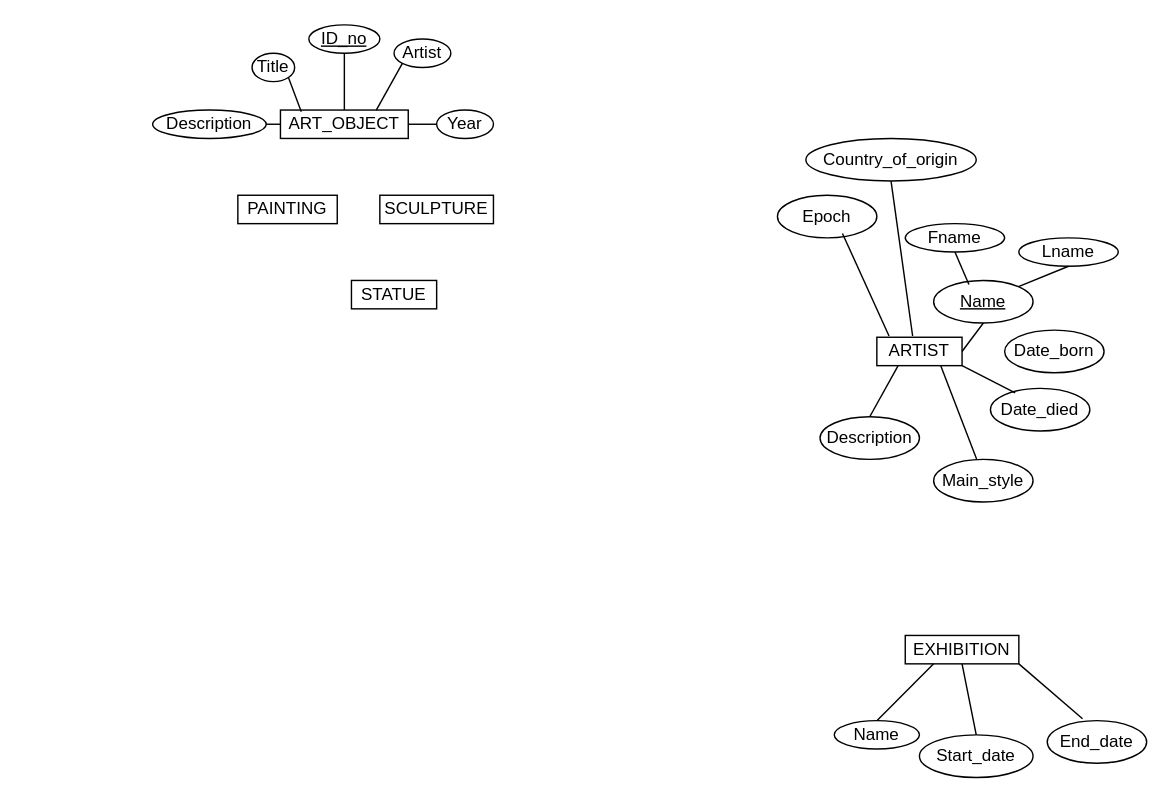
Maan-Khedr-ENSF-300/museum-project-chantae-katherine keeps this draw.io diagram as .github/Untitled Diagram.drawio. Above is the earlier version. Source tidied: cells renumbered, new cells numbered last; positions are measured from the earlier drawing's top-left corner, leaving out a move shared by most shapes. Both pictures are drawn from the tidied source at 142%, with x=0, y=0 at pixel (152, 24).
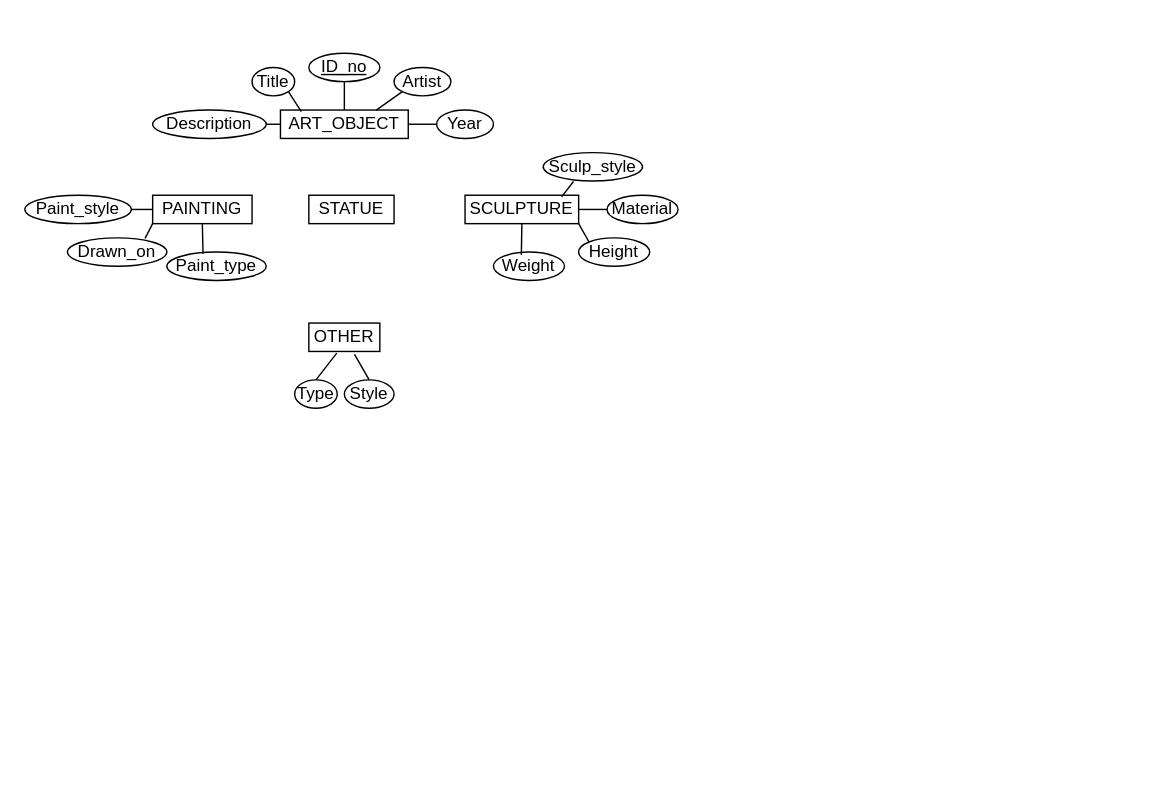
The same diagram, later.

Commit message:
Created entities for sub types of art objects

What changed in the source:
```diff
@@
     <mxCell id="3" value="ID_no" style="ellipse;whiteSpace=wrap;html=1;align=center;fontStyle=4;" parent="1" vertex="1">
-      <mxGeometry x="110" width="50" height="20" as="geometry" />
+      <mxGeometry x="110" y="20" width="50" height="20" as="geometry" />
     </mxCell>
     <mxCell id="4" value="Artist" style="ellipse;whiteSpace=wrap;html=1;" parent="1" vertex="1">
-      <mxGeometry x="170" y="10" width="40" height="20" as="geometry" />
+      <mxGeometry x="170" y="30" width="40" height="20" as="geometry" />
     </mxCell>
@@
     <mxCell id="6" value="Title" style="ellipse;whiteSpace=wrap;html=1;" parent="1" vertex="1">
-      <mxGeometry x="70" y="20" width="30" height="20" as="geometry" />
+      <mxGeometry x="70" y="30" width="30" height="20" as="geometry" />
     </mxCell>
@@
     <mxCell id="13" value="PAINTING" style="rounded=0;whiteSpace=wrap;html=1;" parent="1" vertex="1">
-      <mxGeometry x="60" y="120" width="70" height="20" as="geometry" />
+      <mxGeometry y="120" width="70" height="20" as="geometry" />
     </mxCell>
     <mxCell id="14" value="SCULPTURE" style="rounded=0;whiteSpace=wrap;html=1;" parent="1" vertex="1">
-      <mxGeometry x="160" y="120" width="80" height="20" as="geometry" />
+      <mxGeometry x="220" y="120" width="80" height="20" as="geometry" />
     </mxCell>
     <mxCell id="15" value="STATUE" style="rounded=0;whiteSpace=wrap;html=1;" parent="1" vertex="1">
-      <mxGeometry x="140" y="180" width="60" height="20" as="geometry" />
+      <mxGeometry x="110" y="120" width="60" height="20" as="geometry" />
     </mxCell>
-    <mxCell id="16" value="ARTIST" style="rounded=0;whiteSpace=wrap;html=1;" parent="1" vertex="1">
-      <mxGeometry x="510" y="220" width="60" height="20" as="geometry" />
-    </mxCell>
-    <mxCell id="17" value="&lt;u&gt;Name&lt;/u&gt;" style="ellipse;whiteSpace=wrap;html=1;" parent="1" vertex="1">
-      <mxGeometry x="550" y="180" width="70" height="30" as="geometry" />
-    </mxCell>
-    <mxCell id="18" value="Fname" style="ellipse;whiteSpace=wrap;html=1;align=center;" parent="1" vertex="1">
-      <mxGeometry x="530" y="140" width="70" height="20" as="geometry" />
-    </mxCell>
-    <mxCell id="19" value="Lname" style="ellipse;whiteSpace=wrap;html=1;align=center;" parent="1" vertex="1">
-      <mxGeometry x="610" y="150" width="70" height="20" as="geometry" />
-    </mxCell>
-    <mxCell id="20" style="endArrow=none;html=1;rounded=0;entryX=0.5;entryY=1;entryDx=0;entryDy=0;exitX=0.355;exitY=0.095;exitDx=0;exitDy=0;exitPerimeter=0;" parent="1" edge="1" source="17" target="18">
-      <mxGeometry relative="1" as="geometry" />
-    </mxCell>
-    <mxCell id="21" style="endArrow=none;html=1;rounded=0;exitX=1;exitY=0;exitDx=0;exitDy=0;entryX=0.5;entryY=1;entryDx=0;entryDy=0;" parent="1" edge="1" source="17" target="19">
-      <mxGeometry relative="1" as="geometry" />
-    </mxCell>
-    <mxCell id="22" style="endArrow=none;html=1;rounded=0;exitX=1;exitY=0.5;exitDx=0;exitDy=0;entryX=0.5;entryY=1;entryDx=0;entryDy=0;" parent="1" edge="1" source="16" target="17">
-      <mxGeometry relative="1" as="geometry" />
-    </mxCell>
-    <mxCell id="23" value="Date_died" style="ellipse;whiteSpace=wrap;html=1;" parent="1" vertex="1">
-      <mxGeometry x="590" y="256" width="70" height="30" as="geometry" />
-    </mxCell>
-    <mxCell id="24" value="Date_born" style="ellipse;whiteSpace=wrap;html=1;" parent="1" vertex="1">
-      <mxGeometry x="600" y="215" width="70" height="30" as="geometry" />
-    </mxCell>
-    <mxCell id="25" value="Description" style="ellipse;whiteSpace=wrap;html=1;" parent="1" vertex="1">
-      <mxGeometry x="470" y="276" width="70" height="30" as="geometry" />
-    </mxCell>
-    <mxCell id="26" value="Main_style" style="ellipse;whiteSpace=wrap;html=1;" parent="1" vertex="1">
-      <mxGeometry x="550" y="306" width="70" height="30" as="geometry" />
-    </mxCell>
-    <mxCell id="27" value="Epoch" style="ellipse;whiteSpace=wrap;html=1;" parent="1" vertex="1">
-      <mxGeometry x="440" y="120" width="70" height="30" as="geometry" />
-    </mxCell>
-    <mxCell id="28" value="Country_of_origin" style="ellipse;whiteSpace=wrap;html=1;" parent="1" vertex="1">
-      <mxGeometry x="460" y="80" width="120" height="30" as="geometry" />
-    </mxCell>
-    <mxCell id="29" style="endArrow=none;html=1;rounded=0;exitX=0.654;exitY=0.896;exitDx=0;exitDy=0;exitPerimeter=0;entryX=0.143;entryY=-0.044;entryDx=0;entryDy=0;entryPerimeter=0;" parent="1" edge="1" source="27" target="16">
-      <mxGeometry relative="1" as="geometry" />
-    </mxCell>
-    <mxCell id="30" style="endArrow=none;html=1;rounded=0;exitX=0.5;exitY=1;exitDx=0;exitDy=0;entryX=0.42;entryY=-0.044;entryDx=0;entryDy=0;entryPerimeter=0;" parent="1" edge="1" source="28" target="16">
-      <mxGeometry relative="1" as="geometry" />
-    </mxCell>
-    <mxCell id="31" style="endArrow=none;html=1;rounded=0;entryX=0.249;entryY=0.104;entryDx=0;entryDy=0;entryPerimeter=0;exitX=1;exitY=1;exitDx=0;exitDy=0;" parent="1" edge="1" source="16" target="23">
-      <mxGeometry relative="1" as="geometry" />
-    </mxCell>
-    <mxCell id="32" style="endArrow=none;html=1;rounded=0;entryX=0.432;entryY=-0.007;entryDx=0;entryDy=0;entryPerimeter=0;exitX=0.75;exitY=1;exitDx=0;exitDy=0;" parent="1" edge="1" source="16" target="26">
-      <mxGeometry relative="1" as="geometry" />
-    </mxCell>
-    <mxCell id="33" style="endArrow=none;html=1;rounded=0;exitX=0.5;exitY=0;exitDx=0;exitDy=0;entryX=0.25;entryY=1;entryDx=0;entryDy=0;" parent="1" edge="1" source="25" target="16">
-      <mxGeometry relative="1" as="geometry" />
-    </mxCell>
-    <mxCell id="34" value="EXHIBITION" style="rounded=0;whiteSpace=wrap;html=1;" parent="1" vertex="1">
-      <mxGeometry x="530" y="430" width="80" height="20" as="geometry" />
-    </mxCell>
-    <mxCell id="35" value="End_date" style="ellipse;whiteSpace=wrap;html=1;align=center;" parent="1" vertex="1">
-      <mxGeometry x="630" y="490" width="70" height="30" as="geometry" />
-    </mxCell>
-    <mxCell id="36" value="Start_date" style="ellipse;whiteSpace=wrap;html=1;align=center;" parent="1" vertex="1">
-      <mxGeometry x="540" y="500" width="80" height="30" as="geometry" />
-    </mxCell>
-    <mxCell id="37" value="Name" style="ellipse;whiteSpace=wrap;html=1;align=center;" parent="1" vertex="1">
-      <mxGeometry x="480" y="490" width="60" height="20" as="geometry" />
-    </mxCell>
-    <mxCell id="38" style="endArrow=none;html=1;rounded=0;exitX=0.5;exitY=0;exitDx=0;exitDy=0;entryX=0.25;entryY=1;entryDx=0;entryDy=0;" parent="1" edge="1" source="37" target="34">
-      <mxGeometry relative="1" as="geometry" />
-    </mxCell>
-    <mxCell id="39" style="endArrow=none;html=1;rounded=0;exitX=0.5;exitY=1;exitDx=0;exitDy=0;entryX=0.5;entryY=0;entryDx=0;entryDy=0;" parent="1" edge="1" source="34" target="36">
-      <mxGeometry relative="1" as="geometry" />
-    </mxCell>
-    <mxCell id="40" style="endArrow=none;html=1;rounded=0;exitX=1;exitY=1;exitDx=0;exitDy=0;entryX=0.355;entryY=-0.044;entryDx=0;entryDy=0;entryPerimeter=0;" parent="1" edge="1" source="34" target="35">
-      <mxGeometry relative="1" as="geometry" />
-    </mxCell>
+    <mxCell id="41" value="Paint_type" style="ellipse;whiteSpace=wrap;html=1;" parent="1" vertex="1">
+      <mxGeometry x="10" y="160" width="70" height="20" as="geometry" />
+    </mxCell>
+    <mxCell id="42" value="Paint_style" style="ellipse;whiteSpace=wrap;html=1;" parent="1" vertex="1">
+      <mxGeometry x="-90" y="120" width="75" height="20" as="geometry" />
+    </mxCell>
+    <mxCell id="43" value="Drawn_on" style="ellipse;whiteSpace=wrap;html=1;" parent="1" vertex="1">
+      <mxGeometry x="-60" y="150" width="70" height="20" as="geometry" />
+    </mxCell>
+    <mxCell id="44" style="endArrow=none;html=1;rounded=0;exitX=1;exitY=0.5;exitDx=0;exitDy=0;entryX=0;entryY=0.5;entryDx=0;entryDy=0;" parent="1" edge="1" source="42" target="13">
+      <mxGeometry relative="1" as="geometry" />
+    </mxCell>
+    <mxCell id="45" style="endArrow=none;html=1;rounded=0;exitX=0.781;exitY=0.017;exitDx=0;exitDy=0;exitPerimeter=0;entryX=0;entryY=1;entryDx=0;entryDy=0;" parent="1" edge="1" source="43" target="13">
+      <mxGeometry relative="1" as="geometry" />
+    </mxCell>
+    <mxCell id="46" style="endArrow=none;html=1;rounded=0;entryX=0.5;entryY=1;entryDx=0;entryDy=0;exitX=0.364;exitY=0.058;exitDx=0;exitDy=0;exitPerimeter=0;" parent="1" edge="1" source="41" target="13">
+      <mxGeometry relative="1" as="geometry" />
+    </mxCell>
+    <mxCell id="47" value="Material" style="ellipse;whiteSpace=wrap;html=1;" parent="1" vertex="1">
+      <mxGeometry x="320" y="120" width="50" height="20" as="geometry" />
+    </mxCell>
+    <mxCell id="48" value="Height" style="ellipse;whiteSpace=wrap;html=1;" parent="1" vertex="1">
+      <mxGeometry x="300" y="150" width="50" height="20" as="geometry" />
+    </mxCell>
+    <mxCell id="49" value="Weight" style="ellipse;whiteSpace=wrap;html=1;" parent="1" vertex="1">
+      <mxGeometry x="240" y="160" width="50" height="20" as="geometry" />
+    </mxCell>
+    <mxCell id="50" value="Sculp_style" style="ellipse;whiteSpace=wrap;html=1;" parent="1" vertex="1">
+      <mxGeometry x="275" y="90" width="70" height="20" as="geometry" />
+    </mxCell>
+    <mxCell id="51" style="endArrow=none;html=1;rounded=0;entryX=0.5;entryY=1;entryDx=0;entryDy=0;exitX=0.393;exitY=0.1;exitDx=0;exitDy=0;exitPerimeter=0;" parent="1" edge="1" source="49" target="14">
+      <mxGeometry relative="1" as="geometry" />
+    </mxCell>
+    <mxCell id="52" style="endArrow=none;html=1;rounded=0;entryX=1;entryY=1;entryDx=0;entryDy=0;exitX=0;exitY=0;exitDx=0;exitDy=0;" parent="1" edge="1" source="48" target="14">
+      <mxGeometry relative="1" as="geometry" />
+    </mxCell>
+    <mxCell id="53" style="endArrow=none;html=1;rounded=0;entryX=1;entryY=0.5;entryDx=0;entryDy=0;exitX=0;exitY=0.5;exitDx=0;exitDy=0;" parent="1" edge="1" source="47" target="14">
+      <mxGeometry relative="1" as="geometry" />
+    </mxCell>
+    <mxCell id="54" style="endArrow=none;html=1;rounded=0;entryX=0.305;entryY=1.017;entryDx=0;entryDy=0;entryPerimeter=0;exitX=0.85;exitY=0.058;exitDx=0;exitDy=0;exitPerimeter=0;" parent="1" edge="1" source="14" target="50">
+      <mxGeometry relative="1" as="geometry" />
+    </mxCell>
+    <mxCell id="55" value="OTHER" style="rounded=0;whiteSpace=wrap;html=1;" parent="1" vertex="1">
+      <mxGeometry x="110" y="210" width="50" height="20" as="geometry" />
+    </mxCell>
+    <mxCell id="56" value="Type" style="ellipse;whiteSpace=wrap;html=1;" parent="1" vertex="1">
+      <mxGeometry x="100" y="250" width="30" height="20" as="geometry" />
+    </mxCell>
+    <mxCell id="57" value="Style" style="ellipse;whiteSpace=wrap;html=1;" parent="1" vertex="1">
+      <mxGeometry x="135" y="250" width="35" height="20" as="geometry" />
+    </mxCell>
+    <mxCell id="58" style="endArrow=none;html=1;rounded=0;exitX=0.5;exitY=0;exitDx=0;exitDy=0;entryX=0.393;entryY=1.058;entryDx=0;entryDy=0;entryPerimeter=0;" parent="1" edge="1" source="56" target="55">
+      <mxGeometry relative="1" as="geometry" />
+    </mxCell>
+    <mxCell id="59" style="endArrow=none;html=1;rounded=0;exitX=0.5;exitY=0;exitDx=0;exitDy=0;entryX=0.643;entryY=1.1;entryDx=0;entryDy=0;entryPerimeter=0;" parent="1" edge="1" source="57" target="55">
+      <mxGeometry relative="1" as="geometry" />
+    </mxCell>
```
